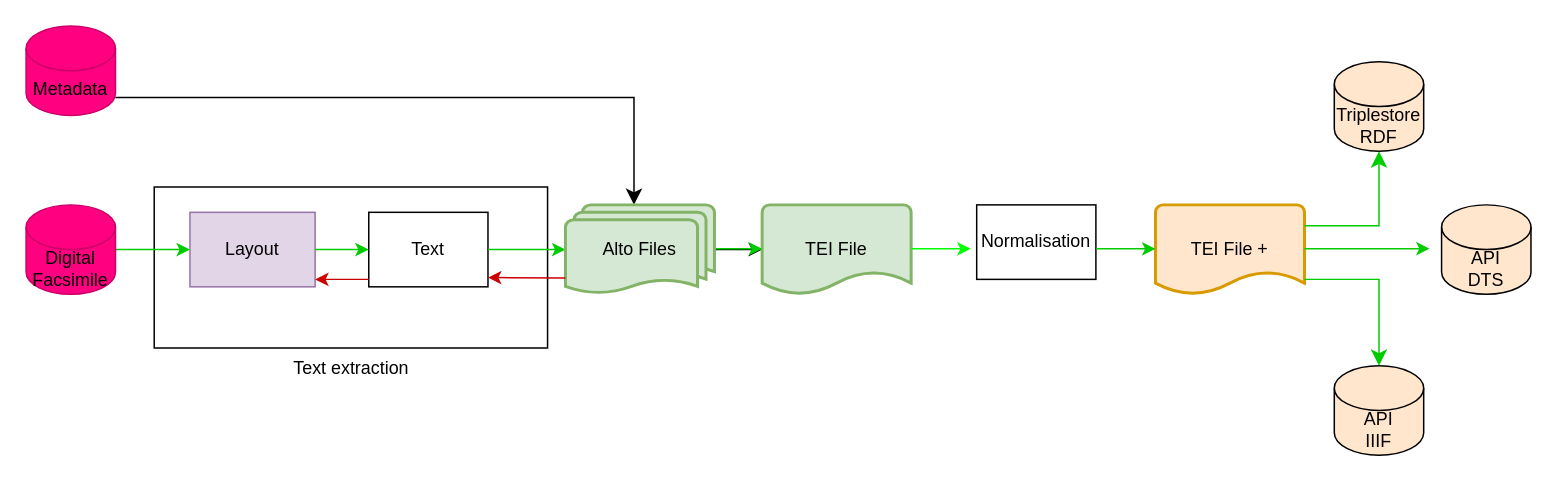
Above: Diagramme sans nom.drawio in ARCHEO-POL/dataset_corpus_principal (draw.io), before the change. Source tidied: cells renumbered, new cells numbered last; positions are measured from the earlier drawing's top-left corner, leaving out a move shared by most shapes. Both pictures are drawn from the tidied source at 149%, with x=0, y=0 at pixel (25, 25).
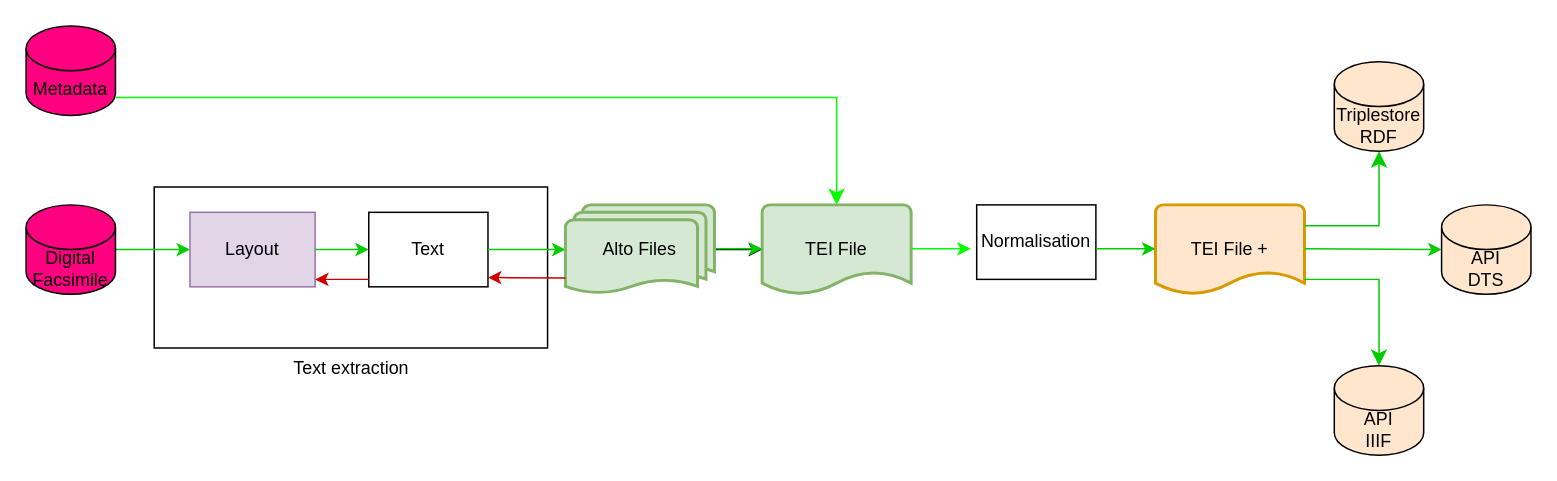
The same page after the edit.

Commit message:
Mettre à jour Diagramme sans nom.drawio

Unchanged cells that the change refers to:
```xml
<mxCell id="10" value="&lt;font style=&quot;color: light-dark(rgb(0, 0, 0), rgb(0, 0, 0));&quot;&gt;TEI File&lt;/font&gt;" style="strokeWidth=2;html=1;shape=mxgraph.flowchart.document2;whiteSpace=wrap;size=0.25;labelBackgroundColor=none;fillColor=light-dark(#D5E8D4,#6EC369);strokeColor=#82b366;" parent="1" vertex="1">
  <mxGeometry x="494" y="120" width="100" height="60" as="geometry" />
</mxCell>
<mxCell id="16" value="API&#10;DTS" style="shape=cylinder3;whiteSpace=wrap;boundedLbl=1;backgroundOutline=1;size=15;labelBackgroundColor=none;fillColor=light-dark(#FFE6CC,#67AB9F);fontColor=light-dark(#000000,#000000);strokeColor=light-dark(#000000,#000000);labelBorderColor=none;textShadow=0;" parent="1" vertex="1">
  <mxGeometry x="950" y="120" width="60" height="60" as="geometry" />
</mxCell>
```

Diff of the diagram source:
```diff
@@
-    <mxCell id="3" value="Metadata" style="shape=cylinder3;whiteSpace=wrap;html=1;boundedLbl=1;backgroundOutline=1;size=15;labelBackgroundColor=none;fillColor=light-dark(#FF0080,#99004D);fontColor=light-dark(#000000,#000000);strokeColor=light-dark(#CC0066,#CC0066);" parent="1" vertex="1">
+    <mxCell id="3" value="Metadata" style="shape=cylinder3;whiteSpace=wrap;html=1;boundedLbl=1;backgroundOutline=1;size=15;labelBackgroundColor=none;fillColor=light-dark(#FF0080,#99004D);fontColor=light-dark(#000000,#000000);strokeColor=light-dark(#000000,#000000);" parent="1" vertex="1">
       <mxGeometry width="60" height="60" as="geometry" />
     </mxCell>
@@
-    <mxCell id="11" value="Digital Facsimile" style="shape=cylinder3;whiteSpace=wrap;html=1;boundedLbl=1;backgroundOutline=1;size=15;labelBackgroundColor=none;fillColor=light-dark(#FF0080,#99004D);fontColor=light-dark(#000000,#000000);strokeColor=light-dark(#CC0066,#CC0066);" parent="1" vertex="1">
+    <mxCell id="11" value="Digital Facsimile" style="shape=cylinder3;whiteSpace=wrap;html=1;boundedLbl=1;backgroundOutline=1;size=15;labelBackgroundColor=none;fillColor=light-dark(#FF0080,#99004D);fontColor=light-dark(#000000,#000000);strokeColor=light-dark(#000000,#000000);" parent="1" vertex="1">
       <mxGeometry y="120" width="60" height="60" as="geometry" />
     </mxCell>
@@
-    <mxCell id="13" style="edgeStyle=segmentEdgeStyle;endArrow=classic;html=1;curved=0;rounded=0;endSize=8;startSize=8;strokeColor=light-dark(#000000,#00FF00);" parent="1" edge="1">
+    <mxCell id="13" style="edgeStyle=segmentEdgeStyle;endArrow=classic;html=1;curved=0;rounded=0;endSize=8;startSize=8;strokeColor=light-dark(#00FF00,#00FF00);entryX=0.5;entryY=0;entryDx=0;entryDy=0;entryPerimeter=0;" parent="1" edge="1" target="10">
       <mxGeometry relative="1" as="geometry">
         <mxPoint x="60" y="48" as="sourcePoint" />
-        <mxPoint x="408" y="120" as="targetPoint" />
         <Array as="points">
-          <mxPoint x="408" y="48" />
-          <mxPoint x="408" y="120" />
+          <mxPoint x="544" y="48" />
         </Array>
       </mxGeometry>
     </mxCell>
@@
-    <mxCell id="22" style="endArrow=classic;html=1;rounded=0;strokeColor=light-dark(#00CC00,#00CC00);" parent="1" edge="1">
+    <mxCell id="22" style="endArrow=classic;html=1;rounded=0;strokeColor=light-dark(#00CC00,#00CC00);entryX=0;entryY=0.5;entryDx=0;entryDy=0;entryPerimeter=0;" parent="1" edge="1" target="16">
       <mxGeometry relative="1" as="geometry">
         <mxPoint x="858" y="149.4" as="sourcePoint" />
-        <mxPoint x="942" y="149.4" as="targetPoint" />
       </mxGeometry>
     </mxCell>
```
